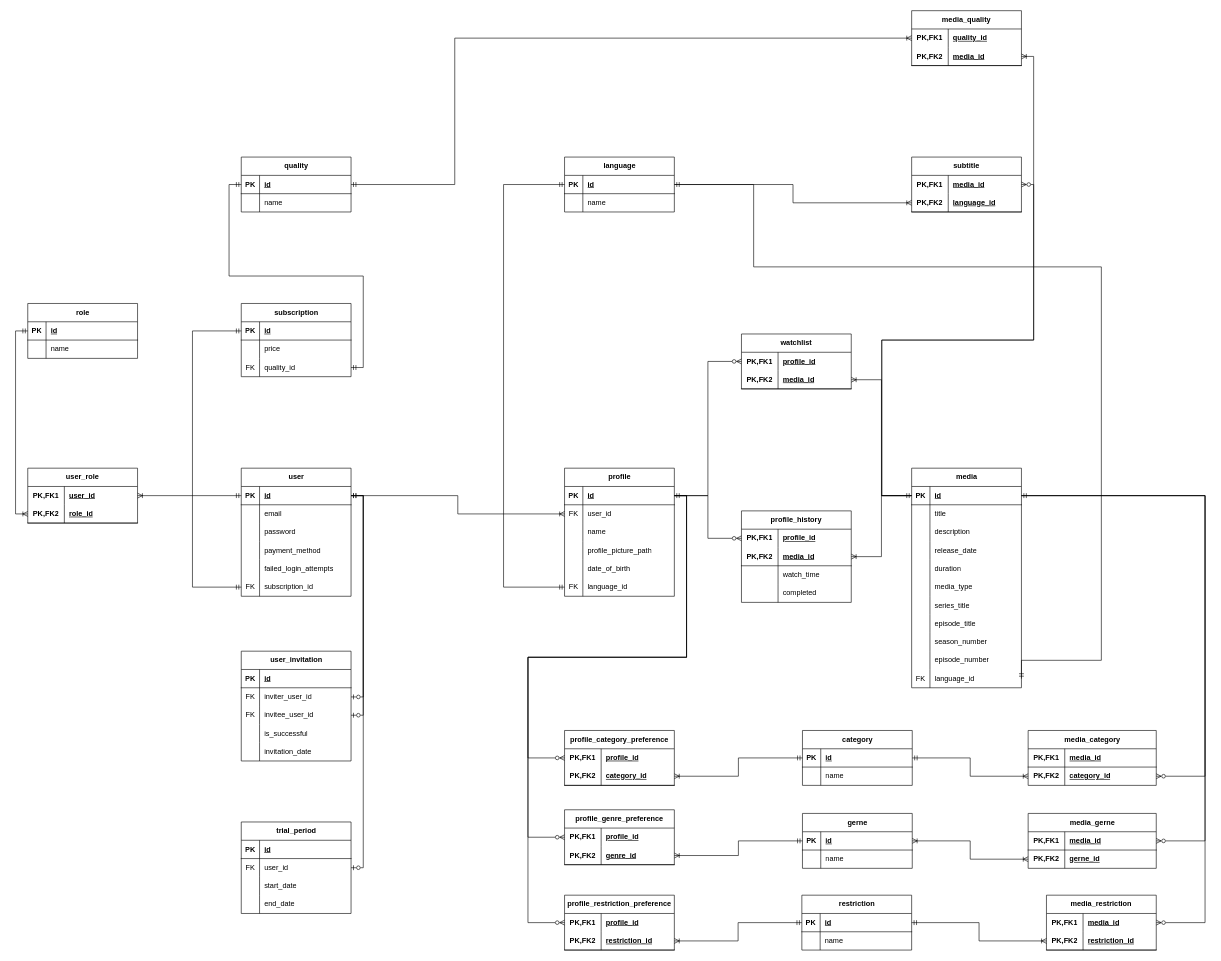
Earlier version of the draw.io diagram class_diagram/Netflix_API_ERD_1.0.drawio (DaanRijfers/NetflixRipOFF). Source tidied: cells renumbered, new cells numbered last; positions are measured from the earlier drawing's top-left corner, leaving out a move shared by most shapes. Both pictures are drawn from the tidied source at 61%, with x=0, y=0 at pixel (27, 10).
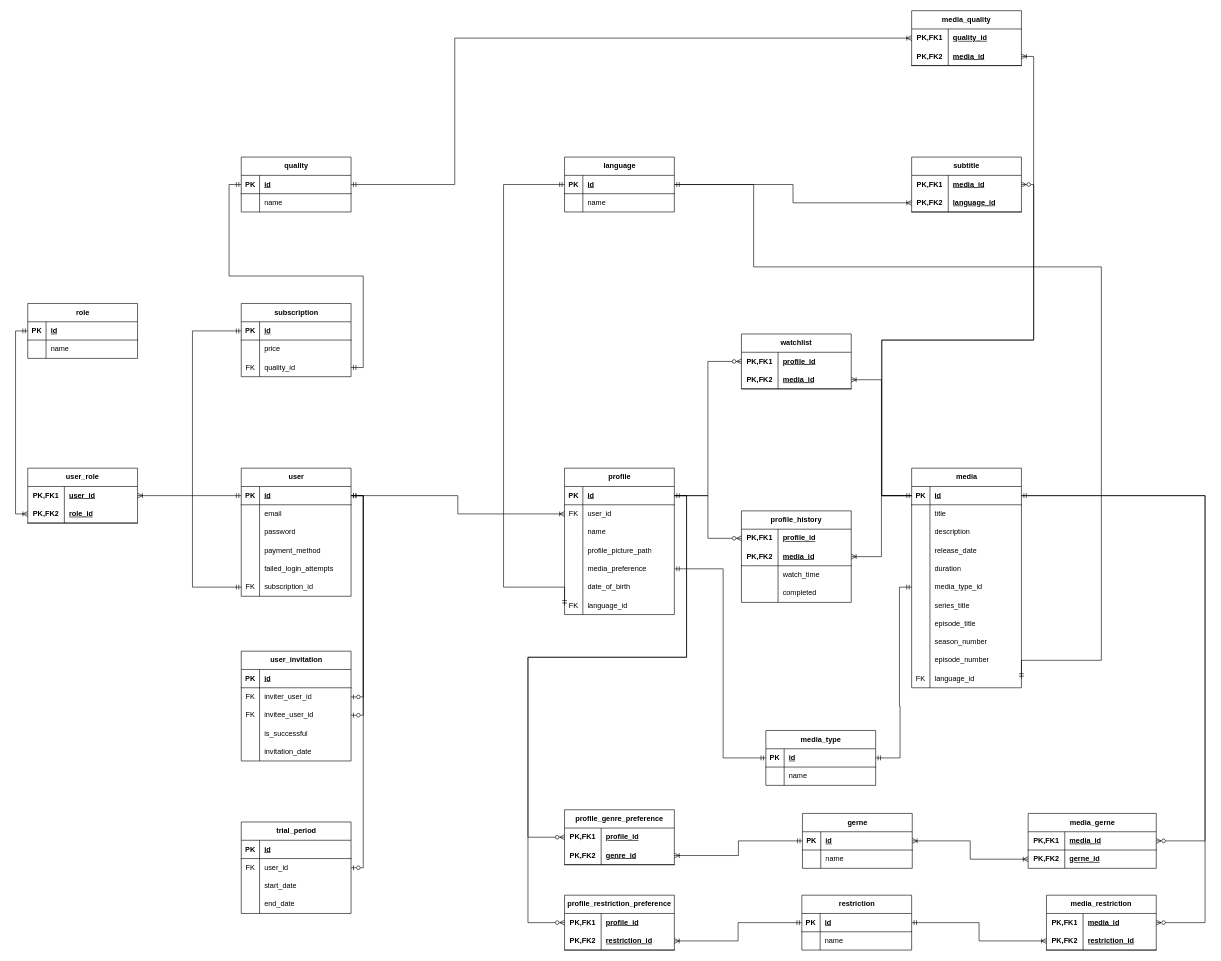
The same diagram, later.

Commit message:
Updated erd with media_type instead of categories

The change refers to these unchanged cells:
```xml
<mxCell id="3" style="shape=tableRow;horizontal=0;startSize=0;swimlaneHead=0;swimlaneBody=0;fillColor=none;points=[[0,0.5],[1,0.5]];portConstraint=eastwest;top=0;left=0;right=0;bottom=1;" parent="2" vertex="1">
  <mxGeometry y="30" width="180" height="30" as="geometry" />
</mxCell>
<mxCell id="18" style="shape=tableRow;horizontal=0;startSize=0;swimlaneHead=0;swimlaneBody=0;fillColor=none;points=[[0,0.5],[1,0.5]];portConstraint=eastwest;top=0;left=0;right=0;bottom=0;" parent="2" vertex="1">
  <mxGeometry y="180" width="180" height="30" as="geometry" />
</mxCell>
<mxCell id="37" style="shape=tableRow;horizontal=0;startSize=0;swimlaneHead=0;swimlaneBody=0;fillColor=none;points=[[0,0.5],[1,0.5]];portConstraint=eastwest;top=0;left=0;right=0;bottom=1;" parent="36" vertex="1">
  <mxGeometry y="30" width="180" height="30" as="geometry" />
</mxCell>
<mxCell id="99" style="shape=tableRow;horizontal=0;startSize=0;swimlaneHead=0;swimlaneBody=0;fillColor=none;points=[[0,0.5],[1,0.5]];portConstraint=eastwest;top=0;left=0;right=0;bottom=1;" parent="98" vertex="1">
  <mxGeometry y="30" width="180" height="30" as="geometry" />
</mxCell>
```

What changed in the source:
```diff
@@
-    <mxCell id="20" value="media_type" style="shape=partialRectangle;fillColor=none;top=0;left=0;bottom=0;right=0;align=left;spacingLeft=6;overflow=hidden;whiteSpace=wrap;html=1;" parent="18" vertex="1">
+    <mxCell id="20" value="media_type_id" style="shape=partialRectangle;fillColor=none;top=0;left=0;bottom=0;right=0;align=left;spacingLeft=6;overflow=hidden;whiteSpace=wrap;html=1;" parent="18" vertex="1">
       <mxGeometry x="30" width="150" height="30" as="geometry" />
     </mxCell>
@@
-    <mxCell id="36" value="category" style="shape=table;startSize=30;childLayout=tableLayout;rowLines=0;fontStyle=1;align=center;html=1;" parent="1" vertex="1">
-      <mxGeometry x="1270" y="1180" width="180" height="90" as="geometry" />
+    <mxCell id="36" value="media_type" style="shape=table;startSize=30;childLayout=tableLayout;rowLines=0;fontStyle=1;align=center;html=1;" parent="1" vertex="1">
+      <mxGeometry x="1210" y="1180" width="180" height="90" as="geometry" />
     </mxCell>
@@
-    <mxCell id="43" value="media_category" style="shape=table;startSize=30;childLayout=tableLayout;rowLines=0;fontStyle=1;align=center;html=1;" parent="1" vertex="1">
-      <mxGeometry x="1640" y="1180" width="210" height="90" as="geometry" />
-    </mxCell>
-    <mxCell id="44" style="shape=tableRow;horizontal=0;startSize=0;swimlaneHead=0;swimlaneBody=0;fillColor=none;top=0;left=0;right=0;bottom=1;" parent="43" vertex="1">
-      <mxGeometry y="30" width="210" height="30" as="geometry" />
-    </mxCell>
-    <mxCell id="45" value="PK,FK1" style="shape=partialRectangle;fillColor=none;top=0;left=0;bottom=0;right=0;fontStyle=1;overflow=hidden;whiteSpace=wrap;html=1;" parent="44" vertex="1">
-      <mxGeometry width="60" height="30" as="geometry" />
-    </mxCell>
-    <mxCell id="46" value="media_id" style="shape=partialRectangle;fillColor=none;top=0;left=0;bottom=0;right=0;align=left;spacingLeft=6;fontStyle=5;overflow=hidden;whiteSpace=wrap;html=1;" parent="44" vertex="1">
-      <mxGeometry x="60" width="150" height="30" as="geometry" />
-    </mxCell>
-    <mxCell id="47" style="shape=tableRow;horizontal=0;startSize=0;swimlaneHead=0;swimlaneBody=0;fillColor=none;points=[[0,0.5],[1,0.5]];portConstraint=eastwest;top=0;left=0;right=0;bottom=0;" parent="43" vertex="1">
-      <mxGeometry y="60" width="210" height="30" as="geometry" />
-    </mxCell>
-    <mxCell id="48" value="PK,FK2" style="shape=partialRectangle;fillColor=none;top=0;left=0;bottom=0;right=0;overflow=hidden;whiteSpace=wrap;html=1;fontStyle=1;" parent="47" vertex="1">
-      <mxGeometry width="60" height="30" as="geometry" />
-    </mxCell>
-    <mxCell id="49" value="category_id" style="shape=partialRectangle;fillColor=none;top=0;left=0;bottom=0;right=0;align=left;spacingLeft=6;overflow=hidden;whiteSpace=wrap;html=1;fontStyle=5;" parent="47" vertex="1">
-      <mxGeometry x="60" width="150" height="30" as="geometry" />
-    </mxCell>
@@
     <mxCell id="98" value="profil&lt;span style=&quot;background-color: initial;&quot;&gt;e&lt;/span&gt;" style="shape=table;startSize=30;childLayout=tableLayout;rowLines=0;fontStyle=1;align=center;html=1;" parent="1" vertex="1">
-      <mxGeometry x="880" y="750" width="180" height="210" as="geometry" />
+      <mxGeometry x="880" y="750" width="180" height="240" as="geometry" />
     </mxCell>
@@
+    <mxCell id="268" style="shape=tableRow;horizontal=0;startSize=0;swimlaneHead=0;swimlaneBody=0;fillColor=none;points=[[0,0.5],[1,0.5]];portConstraint=eastwest;top=0;left=0;right=0;bottom=0;" parent="98" vertex="1">
+      <mxGeometry y="150" width="180" height="30" as="geometry" />
+    </mxCell>
+    <mxCell id="269" style="shape=partialRectangle;fillColor=none;top=0;left=0;bottom=0;right=0;overflow=hidden;whiteSpace=wrap;html=1;" parent="268" vertex="1">
+      <mxGeometry width="30" height="30" as="geometry" />
+    </mxCell>
+    <mxCell id="270" value="media_preference" style="shape=partialRectangle;fillColor=none;top=0;left=0;bottom=0;right=0;align=left;spacingLeft=6;overflow=hidden;whiteSpace=wrap;html=1;" parent="268" vertex="1">
+      <mxGeometry x="30" width="150" height="30" as="geometry" />
+    </mxCell>
     <mxCell id="111" style="shape=tableRow;horizontal=0;startSize=0;swimlaneHead=0;swimlaneBody=0;fillColor=none;top=0;left=0;right=0;bottom=0;" parent="98" vertex="1">
-      <mxGeometry y="150" width="180" height="30" as="geometry" />
+      <mxGeometry y="180" width="180" height="30" as="geometry" />
     </mxCell>
@@
     <mxCell id="114" style="shape=tableRow;horizontal=0;startSize=0;swimlaneHead=0;swimlaneBody=0;fillColor=none;points=[[0,0.5],[1,0.5]];portConstraint=eastwest;top=0;left=0;right=0;bottom=0;" parent="98" vertex="1">
-      <mxGeometry y="180" width="180" height="30" as="geometry" />
+      <mxGeometry y="210" width="180" height="30" as="geometry" />
     </mxCell>
@@
-    <mxCell id="124" value="profile_category_preference" style="shape=table;startSize=30;childLayout=tableLayout;rowLines=0;fontStyle=1;align=center;html=1;whiteSpace=wrap;" parent="1" vertex="1">
-      <mxGeometry x="880" y="1180" width="180" height="90" as="geometry" />
-    </mxCell>
-    <mxCell id="125" style="shape=tableRow;horizontal=0;startSize=0;swimlaneHead=0;swimlaneBody=0;fillColor=none;points=[[0,0.5],[1,0.5]];portConstraint=eastwest;top=0;left=0;right=0;bottom=0;html=1;" parent="124" vertex="1">
-      <mxGeometry y="30" width="180" height="30" as="geometry" />
-    </mxCell>
-    <mxCell id="126" value="PK,FK1" style="shape=partialRectangle;fillColor=none;top=0;left=0;bottom=0;right=0;fontStyle=1;overflow=hidden;html=1;whiteSpace=wrap;" parent="125" vertex="1">
-      <mxGeometry width="60" height="30" as="geometry" />
-    </mxCell>
-    <mxCell id="127" value="profile_id" style="shape=partialRectangle;fillColor=none;top=0;left=0;bottom=0;right=0;align=left;spacingLeft=6;fontStyle=5;overflow=hidden;html=1;whiteSpace=wrap;" parent="125" vertex="1">
-      <mxGeometry x="60" width="120" height="30" as="geometry" />
-    </mxCell>
-    <mxCell id="128" style="shape=tableRow;horizontal=0;startSize=0;swimlaneHead=0;swimlaneBody=0;fillColor=none;points=[[0,0.5],[1,0.5]];portConstraint=eastwest;top=0;left=0;right=0;bottom=1;html=1;" parent="124" vertex="1">
-      <mxGeometry y="60" width="180" height="30" as="geometry" />
-    </mxCell>
-    <mxCell id="129" value="PK,FK2" style="shape=partialRectangle;fillColor=none;top=0;left=0;bottom=0;right=0;fontStyle=1;overflow=hidden;html=1;whiteSpace=wrap;" parent="128" vertex="1">
-      <mxGeometry width="60" height="30" as="geometry" />
-    </mxCell>
-    <mxCell id="130" value="category_id" style="shape=partialRectangle;fillColor=none;top=0;left=0;bottom=0;right=0;align=left;spacingLeft=6;fontStyle=5;overflow=hidden;html=1;whiteSpace=wrap;" parent="128" vertex="1">
-      <mxGeometry x="60" width="120" height="30" as="geometry" />
-    </mxCell>
@@
-    <mxCell id="249" style="edgeStyle=orthogonalEdgeStyle;rounded=0;jettySize=auto;html=1;exitX=1;exitY=0.5;exitDx=0;exitDy=0;entryX=0;entryY=0.5;entryDx=0;entryDy=0;endArrow=ERzeroToMany;endFill=0;" parent="1" edge="1" source="99" target="125">
-      <mxGeometry relative="1" as="geometry">
-        <Array as="points">
-          <mxPoint x="1080" y="795" />
-          <mxPoint x="1080" y="1060" />
-          <mxPoint x="820" y="1060" />
-          <mxPoint x="820" y="1225" />
-        </Array>
-      </mxGeometry>
-    </mxCell>
@@
-    <mxCell id="251" style="edgeStyle=orthogonalEdgeStyle;rounded=0;jettySize=auto;html=1;exitX=1;exitY=0.5;exitDx=0;exitDy=0;entryX=0;entryY=0.5;entryDx=0;entryDy=0;endArrow=ERmandOne;endFill=0;startArrow=ERoneToMany;startFill=0;" parent="1" edge="1" source="128" target="37">
-      <mxGeometry relative="1" as="geometry" />
-    </mxCell>
@@
-    <mxCell id="254" style="edgeStyle=orthogonalEdgeStyle;rounded=0;jettySize=auto;html=1;exitX=1;exitY=0.5;exitDx=0;exitDy=0;entryX=0;entryY=0.5;entryDx=0;entryDy=0;startArrow=ERmandOne;startFill=0;endArrow=ERoneToMany;endFill=0;" parent="1" edge="1" source="37" target="47">
-      <mxGeometry relative="1" as="geometry" />
-    </mxCell>
@@
-    <mxCell id="259" style="edgeStyle=orthogonalEdgeStyle;rounded=0;jettySize=auto;html=1;exitX=1;exitY=0.5;exitDx=0;exitDy=0;entryX=1;entryY=0.5;entryDx=0;entryDy=0;endArrow=ERzeroToMany;endFill=0;" parent="1" edge="1" source="3" target="47">
-      <mxGeometry relative="1" as="geometry">
-        <Array as="points">
-          <mxPoint x="1930" y="795" />
-          <mxPoint x="1930" y="1255" />
-        </Array>
-      </mxGeometry>
-    </mxCell>
@@
+    <mxCell id="271" style="edgeStyle=orthogonalEdgeStyle;rounded=0;jettySize=auto;html=1;exitX=0;exitY=0.5;exitDx=0;exitDy=0;entryX=1;entryY=0.5;entryDx=0;entryDy=0;startArrow=ERmandOne;startFill=0;endArrow=ERmandOne;endFill=0;" parent="1" edge="1" source="18" target="37">
+      <mxGeometry relative="1" as="geometry">
+        <Array as="points">
+          <mxPoint x="1429" y="945" />
+          <mxPoint x="1429" y="1140" />
+          <mxPoint x="1430" y="1225" />
+        </Array>
+      </mxGeometry>
+    </mxCell>
+    <mxCell id="272" style="edgeStyle=orthogonalEdgeStyle;rounded=0;jettySize=auto;html=1;exitX=1;exitY=0.5;exitDx=0;exitDy=0;entryX=0;entryY=0.5;entryDx=0;entryDy=0;startArrow=ERmandOne;startFill=0;endArrow=ERmandOne;endFill=0;" parent="1" edge="1" source="268" target="37">
+      <mxGeometry relative="1" as="geometry">
+        <Array as="points">
+          <mxPoint x="1140" y="915" />
+          <mxPoint x="1140" y="1225" />
+        </Array>
+      </mxGeometry>
+    </mxCell>
```
